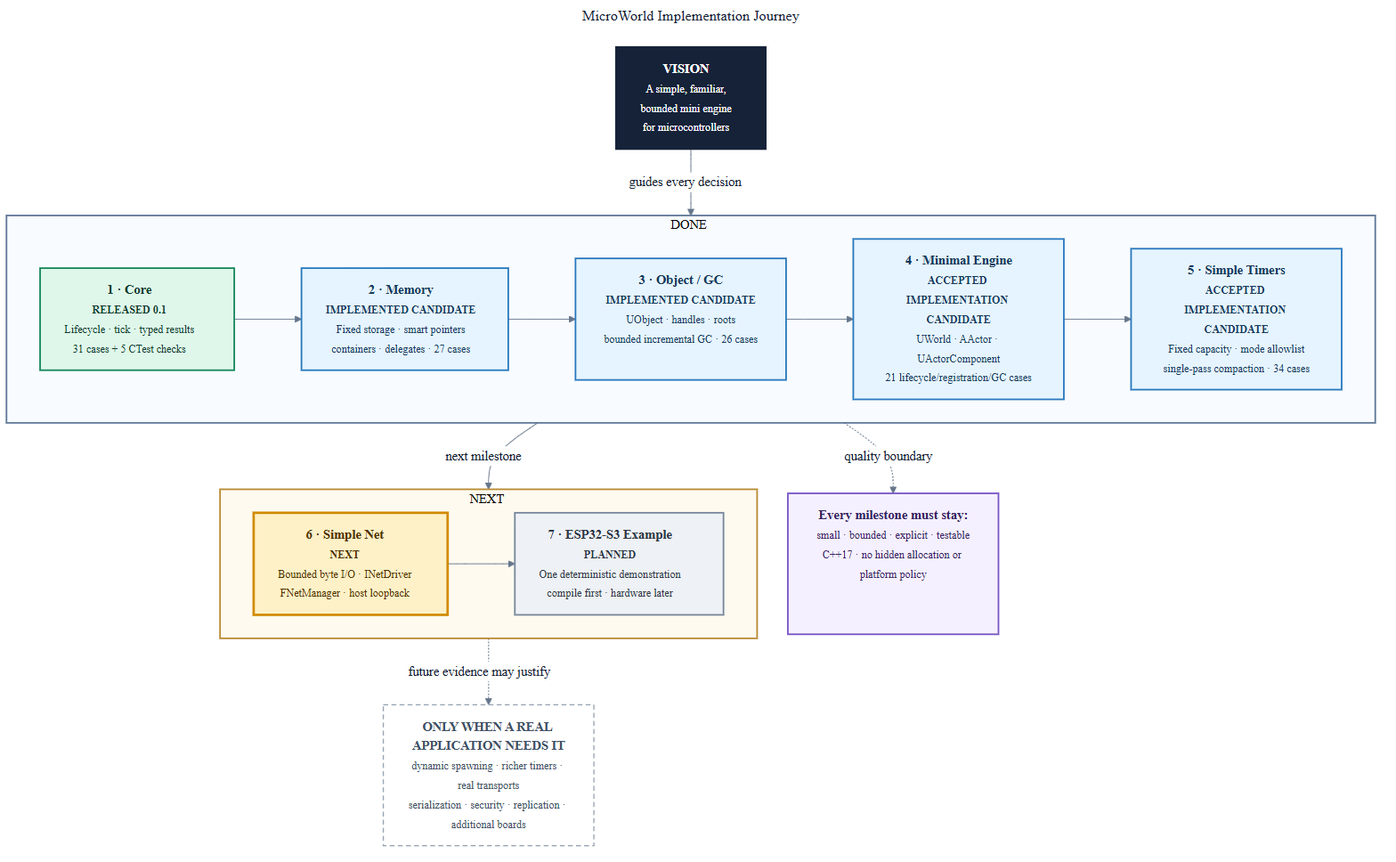
Above: lib/microworld/docs/diagrams/microworld-implementation-roadmap.png in musicofsilence-public/esp32_lora_watering (Mermaid), before the change. Its source is kept beside it as lib/microworld/docs/diagrams/microworld-implementation-roadmap.mmd.
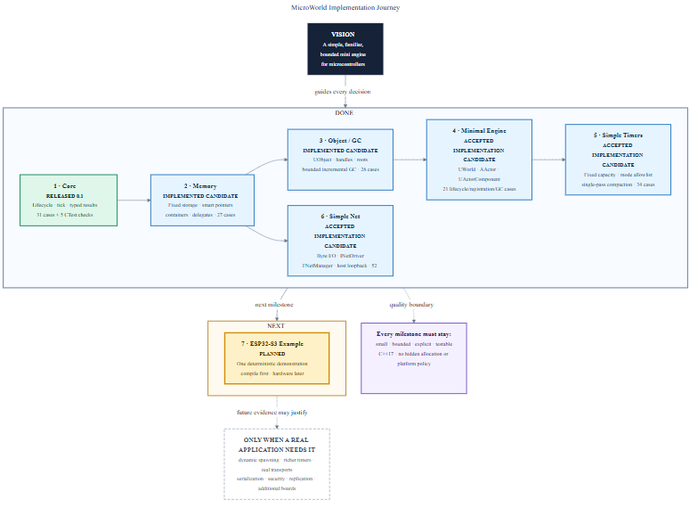
Above is the later version.

Diff of the diagram source:
```diff
@@ -26,20 +26,19 @@
         OBJECT["<b>3 · Object / GC</b><br/><small><b>IMPLEMENTED CANDIDATE</b><br/>UObject · handles · roots<br/>bounded incremental GC · 26 cases</small>"]
         ENGINE["<b>4 · Minimal Engine</b><br/><small><b>ACCEPTED IMPLEMENTATION CANDIDATE</b><br/>UWorld · AActor · UActorComponent<br/>21 lifecycle/registration/GC cases</small>"]
         TIMERS["<b>5 · Simple Timers</b><br/><small><b>ACCEPTED IMPLEMENTATION CANDIDATE</b><br/>Fixed capacity · mode allowlist<br/>single-pass compaction · 34 cases</small>"]
+        NET["<b>6 · Simple Net</b><br/><small><b>ACCEPTED IMPLEMENTATION CANDIDATE</b><br/>Byte I/O · INetDriver<br/>FNetManager · host loopback · 52 cases</small>"]
 
         CORE --> MEMORY --> OBJECT --> ENGINE --> TIMERS
+        MEMORY --> NET
     end
 
     subgraph DELIVERY["NEXT ·"]
         direction LR
-        NET["<b>6 · Simple Net</b><br/><small><b>NEXT</b><br/>Bounded byte I/O · INetDriver<br/>FNetManager · host loopback</small>"]
         EXAMPLE["<b>7 · ESP32-S3 Example</b><br/><small><b>PLANNED</b><br/>One deterministic demonstration<br/>compile first · hardware later</small>"]
-
-        NET --> EXAMPLE
     end
 
     VISION -->|"guides every decision"| CORE
-    TIMERS -->|"next milestone"| NET
+    NET -->|"next milestone"| EXAMPLE
 
     ACCEPT["<b>Every milestone must stay:</b><br/><small>small · bounded · explicit · testable<br/>C++17 · no hidden allocation or platform policy</small>"]
     ENGINE -. "quality boundary" .-> ACCEPT
@@ -57,9 +56,8 @@
 
     class VISION vision;
     class CORE released;
-    class MEMORY,OBJECT,ENGINE,TIMERS candidate;
-    class NET next;
-    class EXAMPLE planned;
+    class MEMORY,OBJECT,ENGINE,TIMERS,NET candidate;
+    class EXAMPLE next;
     class ACCEPT principle;
     class LATER later;
 
```
